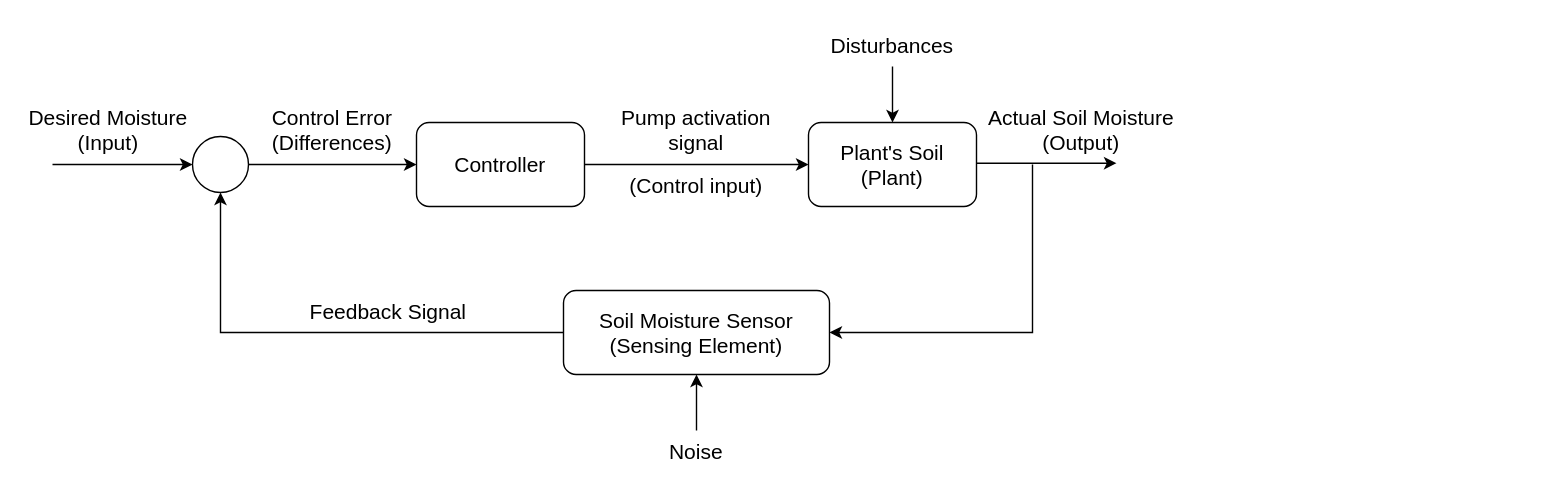
Above: SensorsAndActuators.drawio in lukas0173/Draw.io (draw.io), before the change. Source tidied: cells renumbered, new cells numbered last; positions are measured from the earlier drawing's top-left corner, leaving out a move shared by most shapes. Both pictures are drawn from the tidied source at 140%, with x=0, y=0 at pixel (24, 24).
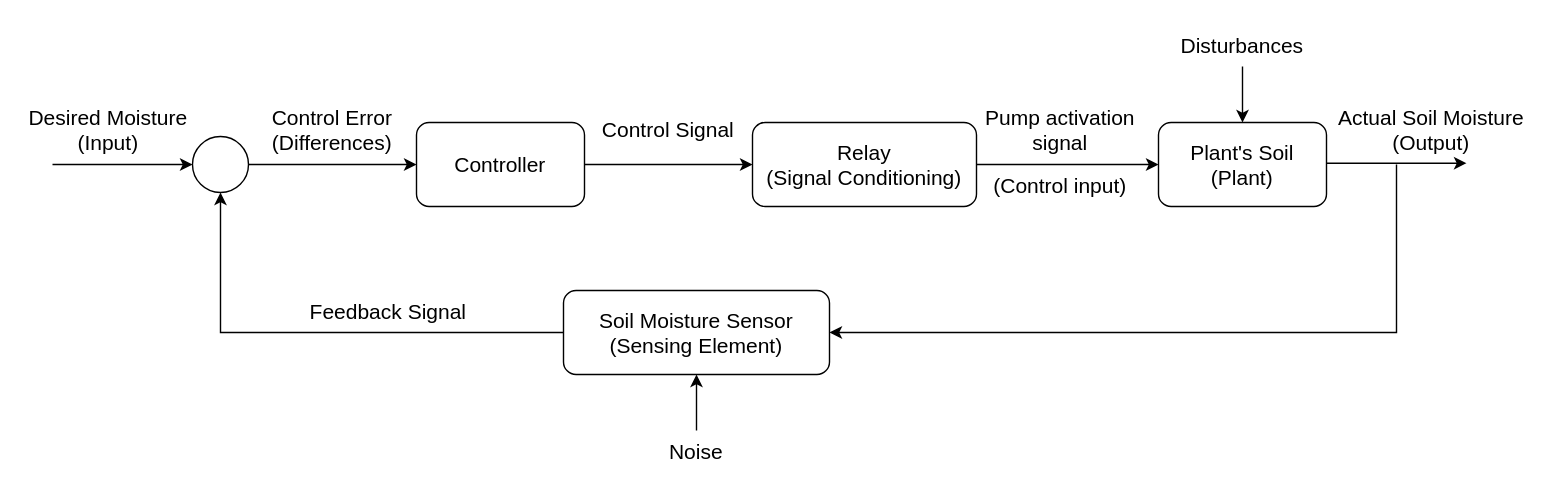
The same diagram, later.

The change refers to these unchanged cells:
```xml
<mxCell id="3" value="Controller" style="rounded=1;whiteSpace=wrap;html=1;fontSize=15;" parent="1" vertex="1">
  <mxGeometry x="280" y="70" width="120" height="60" as="geometry" />
</mxCell>
<mxCell id="15" value="Soil Moisture Sensor&lt;div&gt;(Sensing Element)&lt;/div&gt;" style="rounded=1;whiteSpace=wrap;html=1;fontSize=15;" parent="1" vertex="1">
  <mxGeometry x="385" y="190" width="190" height="60" as="geometry" />
</mxCell>
```

What changed in the source:
```diff
@@
-    <mxCell id="2" style="edgeStyle=orthogonalEdgeStyle;rounded=0;jettySize=auto;html=1;entryX=0;entryY=0.5;entryDx=0;entryDy=0;" parent="1" edge="1" source="3" target="4">
-      <mxGeometry relative="1" as="geometry" />
-    </mxCell>
+    <mxCell id="22" style="edgeStyle=orthogonalEdgeStyle;rounded=0;jettySize=auto;html=1;entryX=0;entryY=0.5;entryDx=0;entryDy=0;" parent="1" edge="1" source="3" target="24">
+      <mxGeometry relative="1" as="geometry" />
+    </mxCell>
@@
     <mxCell id="4" value="Plant's Soil&lt;div&gt;(Plant)&lt;/div&gt;" style="rounded=1;whiteSpace=wrap;html=1;fontSize=15;" parent="1" vertex="1">
-      <mxGeometry x="560" y="70" width="120" height="60" as="geometry" />
+      <mxGeometry x="810" y="70" width="120" height="60" as="geometry" />
     </mxCell>
@@
     <mxCell id="9" value="Pump activation&lt;div&gt;signal&lt;/div&gt;" style="text;html=1;align=center;verticalAlign=middle;whiteSpace=wrap;rounded=0;fontSize=15;" parent="1" vertex="1">
-      <mxGeometry x="420" y="60" width="120" height="30" as="geometry" />
+      <mxGeometry x="680" y="60" width="120" height="30" as="geometry" />
     </mxCell>
     <mxCell id="10" value="(Control input)" style="text;html=1;align=center;verticalAlign=middle;whiteSpace=wrap;rounded=0;fontSize=15;" parent="1" vertex="1">
-      <mxGeometry x="420" y="100" width="120" height="30" as="geometry" />
+      <mxGeometry x="680" y="100" width="120" height="30" as="geometry" />
     </mxCell>
     <mxCell id="11" style="endArrow=classic;html=1;rounded=0;entryX=0.5;entryY=0;entryDx=0;entryDy=0;" parent="1" edge="1" target="4">
       <mxGeometry relative="1" as="geometry">
-        <mxPoint x="620" y="30" as="sourcePoint" />
+        <mxPoint x="870" y="30" as="sourcePoint" />
       </mxGeometry>
     </mxCell>
     <mxCell id="12" value="Disturbances" style="text;html=1;align=center;verticalAlign=middle;whiteSpace=wrap;rounded=0;fontSize=15;" parent="1" vertex="1">
-      <mxGeometry x="560" width="120" height="30" as="geometry" />
+      <mxGeometry x="810" width="120" height="30" as="geometry" />
     </mxCell>
     <mxCell id="13" style="endArrow=classic;html=1;rounded=0;entryX=0;entryY=0.5;entryDx=0;entryDy=0;" parent="1" edge="1">
       <mxGeometry relative="1" as="geometry">
-        <mxPoint x="680" y="99.1" as="sourcePoint" />
-        <mxPoint x="780" y="99.1" as="targetPoint" />
+        <mxPoint x="930" y="99.1" as="sourcePoint" />
+        <mxPoint x="1030" y="99.1" as="targetPoint" />
       </mxGeometry>
     </mxCell>
@@
     <mxCell id="16" style="endArrow=classic;html=1;rounded=0;entryX=1;entryY=0.5;entryDx=0;entryDy=0;" parent="1" edge="1" target="15">
       <mxGeometry relative="1" as="geometry">
-        <mxPoint x="720" y="100" as="sourcePoint" />
+        <mxPoint x="980" y="100" as="sourcePoint" />
         <Array as="points">
-          <mxPoint x="720" y="220" />
+          <mxPoint x="980" y="220" />
         </Array>
       </mxGeometry>
     </mxCell>
@@
     <mxCell id="20" value="&lt;div&gt;Actual Soil Moisture&lt;/div&gt;&lt;div&gt;(Output)&lt;/div&gt;" style="text;html=1;align=center;verticalAlign=middle;whiteSpace=wrap;rounded=0;fontSize=15;" parent="1" vertex="1">
-      <mxGeometry x="680" y="60" width="150" height="30" as="geometry" />
+      <mxGeometry x="930" y="60" width="150" height="30" as="geometry" />
     </mxCell>
@@
+    <mxCell id="23" style="edgeStyle=orthogonalEdgeStyle;rounded=0;jettySize=auto;html=1;entryX=0;entryY=0.5;entryDx=0;entryDy=0;" parent="1" edge="1" source="24" target="4">
+      <mxGeometry relative="1" as="geometry" />
+    </mxCell>
+    <mxCell id="24" value="Relay&lt;div&gt;(Signal Conditioning)&lt;/div&gt;" style="rounded=1;whiteSpace=wrap;html=1;fontSize=15;" parent="1" vertex="1">
+      <mxGeometry x="520" y="70" width="160" height="60" as="geometry" />
+    </mxCell>
+    <mxCell id="25" value="Control Signal" style="text;html=1;align=center;verticalAlign=middle;whiteSpace=wrap;rounded=0;fontSize=15;" parent="1" vertex="1">
+      <mxGeometry x="400" y="60" width="120" height="30" as="geometry" />
+    </mxCell>
```
